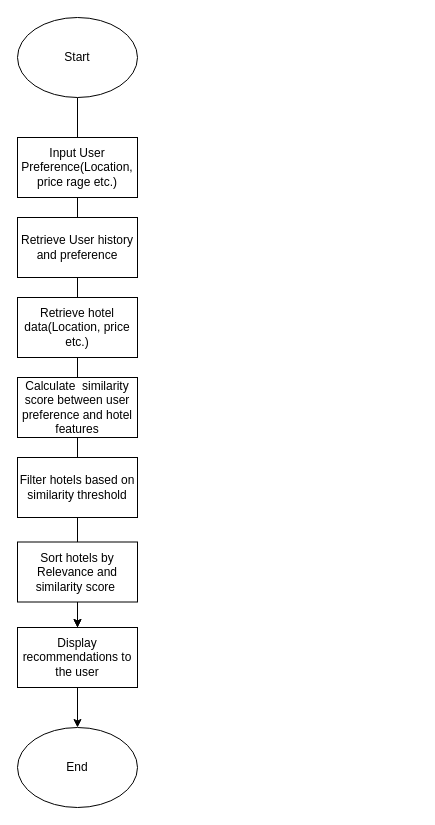
Vinayaknegi25/RepoWebDEV keeps this draw.io diagram as Software Engineering/Untitled Diagram.drawio. Above is the earlier version. Source tidied: cells renumbered, new cells numbered last; positions are measured from the earlier drawing's top-left corner, leaving out a move shared by most shapes. Both pictures are drawn from the tidied source at 100%, with x=0, y=0 at pixel (17, 17).
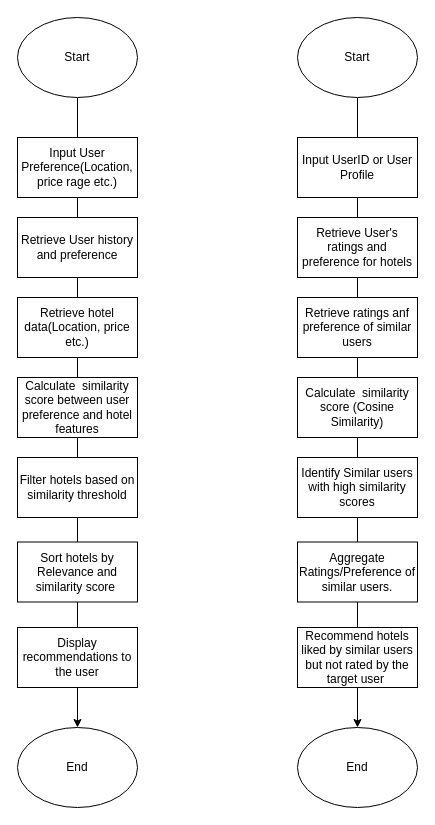
The same diagram, later.

The change refers to these unchanged cells:
```xml
<mxCell id="8" value="Filter hotels based on similarity threshold" style="rounded=0;whiteSpace=wrap;html=1;" parent="1" vertex="1">
  <mxGeometry y="440" width="120" height="60" as="geometry" />
</mxCell>
<mxCell id="10" value="Sort hotels by Relevance and similarity score&amp;nbsp;" style="rounded=0;whiteSpace=wrap;html=1;" parent="1" vertex="1">
  <mxGeometry y="524.5" width="120" height="60" as="geometry" />
</mxCell>
<mxCell id="11" value="Display recommendations to the user" style="rounded=0;whiteSpace=wrap;html=1;" parent="1" vertex="1">
  <mxGeometry y="610" width="120" height="60" as="geometry" />
</mxCell>
<mxCell id="12" value="End" style="ellipse;whiteSpace=wrap;html=1;" parent="1" vertex="1">
  <mxGeometry y="710" width="120" height="80" as="geometry" />
</mxCell>
<mxCell id="13" value="Start" style="ellipse;whiteSpace=wrap;html=1;" parent="1" vertex="1">
  <mxGeometry width="120" height="80" as="geometry" />
</mxCell>
```

The edit, as a diff of the source:
```diff
@@
-    <mxCell id="2" style="edgeStyle=orthogonalEdgeStyle;rounded=0;jettySize=auto;html=1;exitX=0.5;exitY=1;exitDx=0;exitDy=0;" parent="1" edge="1" source="13" target="12">
-      <mxGeometry relative="1" as="geometry" />
+    <mxCell id="2" style="edgeStyle=orthogonalEdgeStyle;rounded=0;orthogonalLoop=1;jettySize=auto;html=1;exitX=0.5;exitY=1;exitDx=0;exitDy=0;" parent="1" edge="1">
+      <mxGeometry relative="1" as="geometry">
+        <mxPoint x="60" y="80" as="sourcePoint" />
+        <mxPoint x="60" y="710" as="targetPoint" />
+      </mxGeometry>
     </mxCell>
@@
-    <mxCell id="7" style="edgeStyle=orthogonalEdgeStyle;rounded=0;jettySize=auto;html=1;" parent="1" edge="1" source="8" target="11">
-      <mxGeometry relative="1" as="geometry" />
-    </mxCell>
@@
-    <mxCell id="9" style="edgeStyle=orthogonalEdgeStyle;rounded=0;jettySize=auto;html=1;" parent="1" edge="1" source="10" target="11">
-      <mxGeometry relative="1" as="geometry" />
-    </mxCell>
@@
+    <mxCell id="14" style="edgeStyle=orthogonalEdgeStyle;rounded=0;orthogonalLoop=1;jettySize=auto;html=1;exitX=0.5;exitY=1;exitDx=0;exitDy=0;" parent="1" edge="1">
+      <mxGeometry relative="1" as="geometry">
+        <mxPoint x="340" y="80" as="sourcePoint" />
+        <mxPoint x="340" y="710" as="targetPoint" />
+      </mxGeometry>
+    </mxCell>
+    <mxCell id="15" value="Input UserID or User Profile" style="rounded=0;whiteSpace=wrap;html=1;" parent="1" vertex="1">
+      <mxGeometry x="280" y="120" width="120" height="60" as="geometry" />
+    </mxCell>
+    <mxCell id="16" value="Retrieve User's ratings and preference for hotels" style="rounded=0;whiteSpace=wrap;html=1;" parent="1" vertex="1">
+      <mxGeometry x="280" y="200" width="120" height="60" as="geometry" />
+    </mxCell>
+    <mxCell id="17" value="Retrieve ratings anf preference of similar users" style="rounded=0;whiteSpace=wrap;html=1;" parent="1" vertex="1">
+      <mxGeometry x="280" y="280" width="120" height="60" as="geometry" />
+    </mxCell>
+    <mxCell id="18" value="Calculate &amp;nbsp;similarity score (Cosine Similarity)" style="rounded=0;whiteSpace=wrap;html=1;" parent="1" vertex="1">
+      <mxGeometry x="280" y="360" width="120" height="60" as="geometry" />
+    </mxCell>
+    <mxCell id="19" value="Identify Similar users with high similarity scores" style="rounded=0;whiteSpace=wrap;html=1;" parent="1" vertex="1">
+      <mxGeometry x="280" y="440" width="120" height="60" as="geometry" />
+    </mxCell>
+    <mxCell id="20" value="Aggregate Ratings/Preference of similar users." style="rounded=0;whiteSpace=wrap;html=1;" parent="1" vertex="1">
+      <mxGeometry x="280" y="524.5" width="120" height="60" as="geometry" />
+    </mxCell>
+    <mxCell id="21" value="Recommend hotels liked by similar users but not rated by the target user&amp;nbsp;" style="rounded=0;whiteSpace=wrap;html=1;" parent="1" vertex="1">
+      <mxGeometry x="280" y="610" width="120" height="60" as="geometry" />
+    </mxCell>
+    <mxCell id="22" value="End" style="ellipse;whiteSpace=wrap;html=1;" parent="1" vertex="1">
+      <mxGeometry x="280" y="710" width="120" height="80" as="geometry" />
+    </mxCell>
+    <mxCell id="23" value="Start" style="ellipse;whiteSpace=wrap;html=1;" parent="1" vertex="1">
+      <mxGeometry x="280" width="120" height="80" as="geometry" />
+    </mxCell>
```
